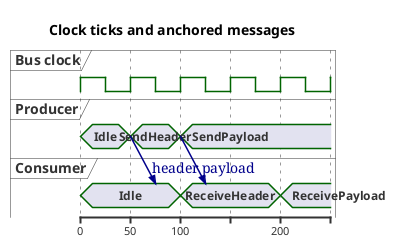
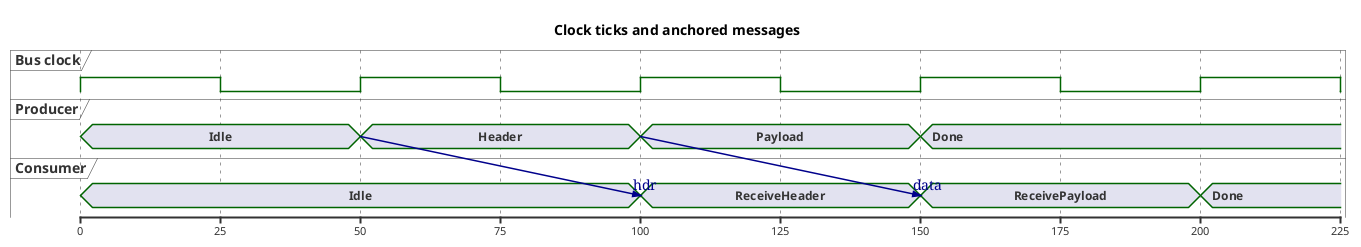
@startuml
title Clock ticks and anchored messages
+ scale 25 as 140 pixels
clock "Bus clock" as clk with period 50
concise "Producer" as TX
concise "Consumer" as RX

@0 as :boot
TX is Idle
RX is Idle

@clk*1 as :frame_start
- TX is SendHeader
- TX -> RX@:frame_start+25 : header
+ TX is Header
+ TX -> RX@:frame_start+50 : hdr

@clk*2
RX is ReceiveHeader
+ TX is Payload
+ TX -> RX@:frame_start+100 : data

- @:frame_start+50
- TX is SendPayload
- TX -> RX@:frame_start+75 : payload
+ @clk*3
+ RX is ReceivePayload
+ TX is Done

@clk*4
- RX is ReceivePayload
+ RX is Done
@enduml
